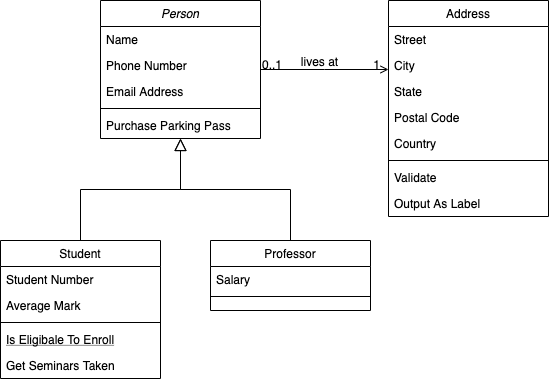
Zenquan/diagrams keeps this draw.io diagram as zen-base-service.png. Above is the earlier version. Source tidied: cells renumbered, new cells last; positions are measured from the earlier drawing's top-left corner, leaving out a move shared by most shapes.
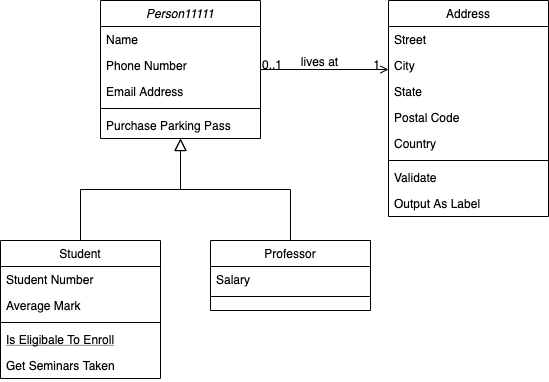
After the commit.

Diff of the diagram source:
```diff
@@ -2,7 +2,7 @@
   <root>
     <mxCell id="0" />
     <mxCell id="1" parent="0" />
-    <mxCell id="2" value="Person" style="swimlane;fontStyle=2;align=center;verticalAlign=top;horizontal=1;startSize=26;rounded=0;shadow=0;strokeWidth=1;" parent="1" vertex="1">
+    <mxCell id="2" value="Person11111" style="swimlane;fontStyle=2;align=center;verticalAlign=top;horizontal=1;startSize=26;rounded=0;shadow=0;strokeWidth=1;" parent="1" vertex="1">
       <mxGeometry x="100" width="160" height="138" as="geometry" />
     </mxCell>
     <mxCell id="3" value="Name" style="text;align=left;verticalAlign=top;spacingLeft=4;spacingRight=4;overflow=hidden;" parent="2" vertex="1">
```
